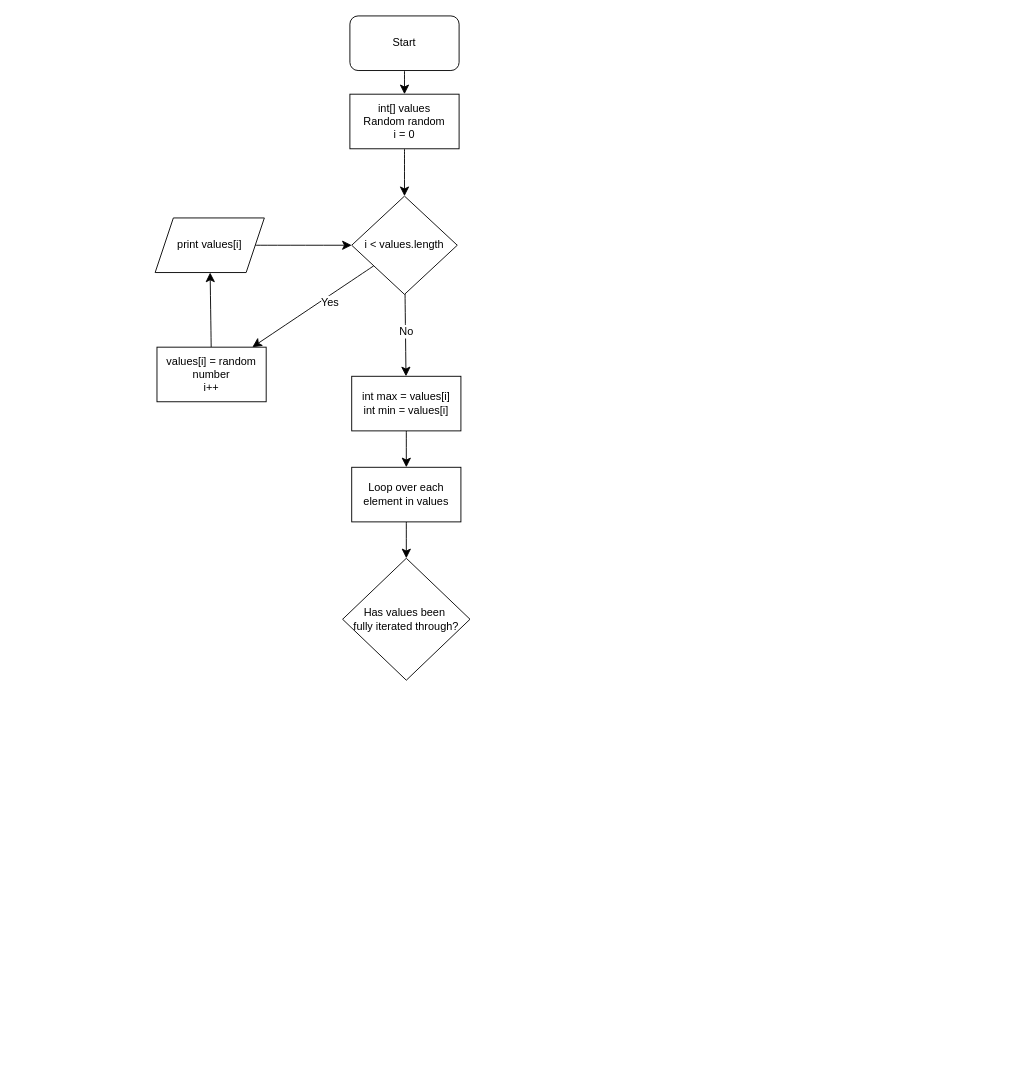
Above: diagrams/ArrayConsolidation.drawio in twitocode/Draw.io-Diagrams (draw.io), before the change. Source tidied: cells renumbered, new cells numbered last; positions are measured from the earlier drawing's top-left corner, leaving out a move shared by most shapes. Both pictures are drawn from the tidied source at 91%, with x=0, y=0 at pixel (155, 15).
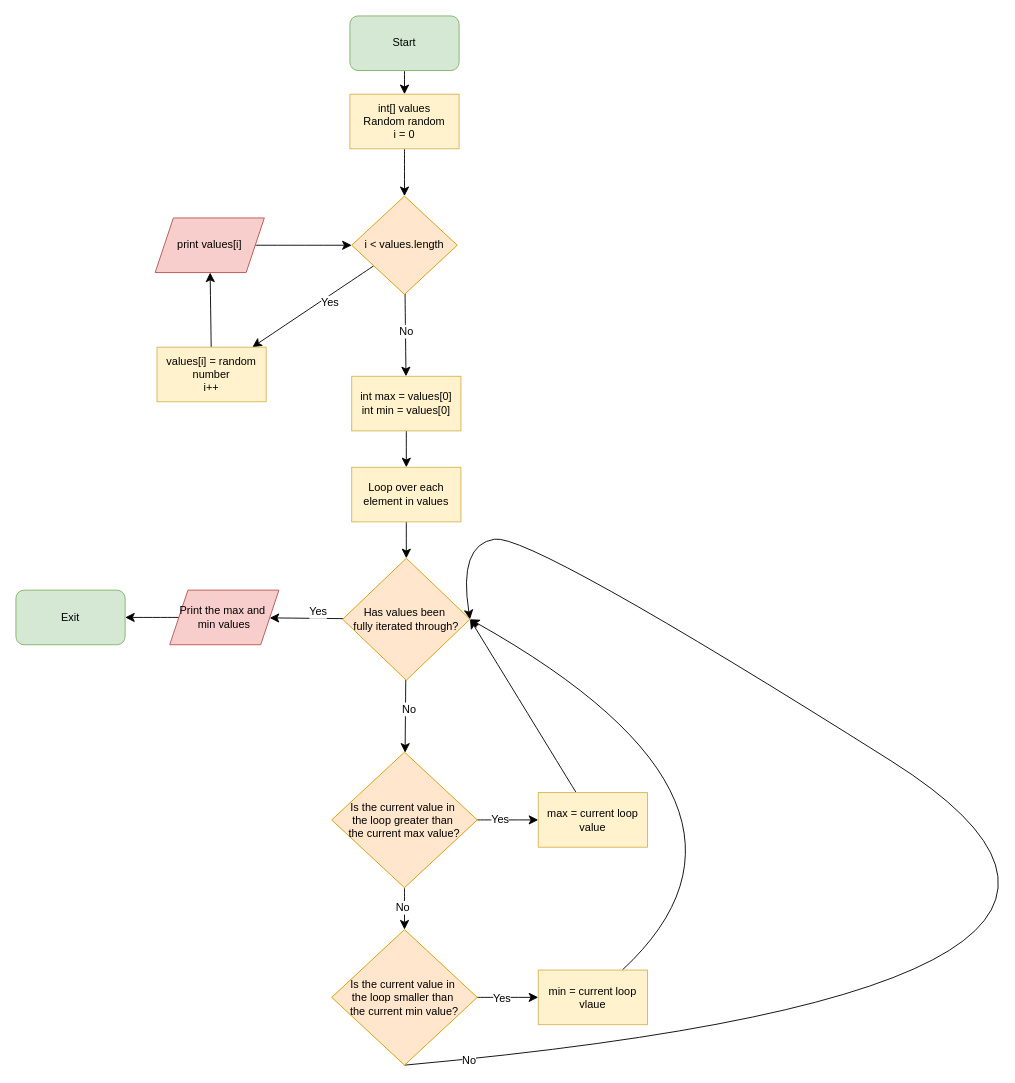
After the change.

The edit, as a diff of the source:
```diff
@@
-    <mxCell id="3" value="Start" style="rounded=1;whiteSpace=wrap;html=1;" parent="1" vertex="1">
+    <mxCell id="3" value="Start" style="rounded=1;whiteSpace=wrap;html=1;fillColor=#d5e8d4;strokeColor=#82b366;" parent="1" vertex="1">
       <mxGeometry x="214" width="120" height="60" as="geometry" />
     </mxCell>
@@
-    <mxCell id="5" value="int[] values&lt;div&gt;Random random&lt;/div&gt;&lt;div&gt;i = 0&lt;/div&gt;" style="rounded=0;whiteSpace=wrap;html=1;" parent="1" vertex="1">
+    <mxCell id="5" value="int[] values&lt;div&gt;Random random&lt;/div&gt;&lt;div&gt;i = 0&lt;/div&gt;" style="rounded=0;whiteSpace=wrap;html=1;fillColor=#fff2cc;strokeColor=#d6b656;" parent="1" vertex="1">
       <mxGeometry x="214" y="86" width="120" height="60" as="geometry" />
     </mxCell>
@@
-    <mxCell id="10" value="i &amp;lt; values.length" style="rhombus;whiteSpace=wrap;html=1;rounded=0;" parent="1" vertex="1">
+    <mxCell id="10" value="i &amp;lt; values.length" style="rhombus;whiteSpace=wrap;html=1;rounded=0;fillColor=#ffe6cc;strokeColor=#d79b00;" parent="1" vertex="1">
       <mxGeometry x="216" y="198" width="116" height="108" as="geometry" />
     </mxCell>
@@
-    <mxCell id="12" value="values[i] = random number&lt;div&gt;i++&lt;/div&gt;" style="whiteSpace=wrap;html=1;rounded=0;" parent="1" vertex="1">
+    <mxCell id="12" value="values[i] = random number&lt;div&gt;i++&lt;/div&gt;" style="whiteSpace=wrap;html=1;rounded=0;fillColor=#fff2cc;strokeColor=#d6b656;" parent="1" vertex="1">
       <mxGeometry x="2" y="364" width="120" height="60" as="geometry" />
     </mxCell>
@@
-    <mxCell id="14" value="print values[i]" style="shape=parallelogram;perimeter=parallelogramPerimeter;whiteSpace=wrap;html=1;fixedSize=1;rounded=0;" parent="1" vertex="1">
+    <mxCell id="14" value="print values[i]" style="shape=parallelogram;perimeter=parallelogramPerimeter;whiteSpace=wrap;html=1;fixedSize=1;rounded=0;fillColor=#f8cecc;strokeColor=#b85450;" parent="1" vertex="1">
       <mxGeometry y="222" width="120" height="60" as="geometry" />
     </mxCell>
@@
-    <mxCell id="16" value="int max = values[i]&lt;div&gt;int min = values[i]&lt;/div&gt;" style="whiteSpace=wrap;html=1;rounded=0;" parent="1" vertex="1">
+    <mxCell id="16" value="int max = values[0]&lt;div&gt;int min = values[0]&lt;/div&gt;" style="whiteSpace=wrap;html=1;rounded=0;fillColor=#fff2cc;strokeColor=#d6b656;" parent="1" vertex="1">
       <mxGeometry x="216" y="396" width="120" height="60" as="geometry" />
     </mxCell>
@@
-    <mxCell id="18" value="Loop over each element in values" style="rounded=0;whiteSpace=wrap;html=1;" parent="1" vertex="1">
+    <mxCell id="18" value="Loop over each element in values" style="rounded=0;whiteSpace=wrap;html=1;fillColor=#fff2cc;strokeColor=#d6b656;" parent="1" vertex="1">
       <mxGeometry x="216" y="496" width="120" height="60" as="geometry" />
     </mxCell>
+    <mxCell id="20" style="edgeStyle=none;curved=1;rounded=0;jettySize=auto;html=1;fontSize=12;startSize=8;endSize=8;" parent="1" edge="1" source="19" target="25">
+      <mxGeometry relative="1" as="geometry" />
+    </mxCell>
+    <mxCell id="21" value="Yes" style="edgeLabel;html=1;align=center;verticalAlign=middle;fontSize=12;" parent="20" vertex="1">
+      <mxGeometry x="-0.3" y="-8" relative="1" as="geometry" />
+    </mxCell>
+    <mxCell id="22" style="edgeStyle=none;curved=1;rounded=0;jettySize=auto;html=1;fontSize=12;startSize=8;endSize=8;" parent="1" edge="1" source="19" target="30">
+      <mxGeometry relative="1" as="geometry" />
+    </mxCell>
+    <mxCell id="23" value="No" style="edgeLabel;html=1;align=center;verticalAlign=middle;fontSize=12;" parent="22" vertex="1">
+      <mxGeometry x="-0.19" y="3" relative="1" as="geometry" />
+    </mxCell>
-    <mxCell id="19" value="Has values been&amp;nbsp;&lt;div&gt;fully iterated through?&lt;/div&gt;" style="rhombus;whiteSpace=wrap;html=1;rounded=0;" parent="1" vertex="1">
+    <mxCell id="19" value="Has values been&amp;nbsp;&lt;div&gt;fully iterated through?&lt;/div&gt;" style="rhombus;whiteSpace=wrap;html=1;rounded=0;fillColor=#ffe6cc;strokeColor=#d79b00;" parent="1" vertex="1">
       <mxGeometry x="206" y="596" width="140" height="134" as="geometry" />
     </mxCell>
+    <mxCell id="24" style="edgeStyle=none;curved=1;rounded=0;jettySize=auto;html=1;fontSize=12;startSize=8;endSize=8;" parent="1" edge="1" source="25" target="40">
+      <mxGeometry relative="1" as="geometry" />
+    </mxCell>
+    <mxCell id="25" value="Print the max and&amp;nbsp;&lt;div&gt;min values&lt;/div&gt;" style="shape=parallelogram;perimeter=parallelogramPerimeter;whiteSpace=wrap;html=1;fixedSize=1;rounded=0;fillColor=#f8cecc;strokeColor=#b85450;" parent="1" vertex="1">
+      <mxGeometry x="16" y="631" width="120" height="60" as="geometry" />
+    </mxCell>
+    <mxCell id="26" style="edgeStyle=none;curved=1;rounded=0;jettySize=auto;html=1;fontSize=12;startSize=8;endSize=8;" parent="1" edge="1" source="30" target="35">
+      <mxGeometry relative="1" as="geometry" />
+    </mxCell>
+    <mxCell id="27" value="No" style="edgeLabel;html=1;align=center;verticalAlign=middle;fontSize=12;" parent="26" vertex="1">
+      <mxGeometry x="-0.09" y="-3" relative="1" as="geometry" />
+    </mxCell>
+    <mxCell id="28" style="edgeStyle=none;curved=1;rounded=0;jettySize=auto;html=1;fontSize=12;startSize=8;endSize=8;" parent="1" edge="1" source="30" target="37">
+      <mxGeometry relative="1" as="geometry" />
+    </mxCell>
+    <mxCell id="29" value="Yes" style="edgeLabel;html=1;align=center;verticalAlign=middle;fontSize=12;" parent="28" vertex="1">
+      <mxGeometry x="-0.27" y="2" relative="1" as="geometry">
+        <mxPoint y="1" as="offset" />
+      </mxGeometry>
+    </mxCell>
+    <mxCell id="30" value="Is the current value in&amp;nbsp;&lt;div&gt;the loop greater than&amp;nbsp;&lt;/div&gt;&lt;div&gt;the current max value?&lt;/div&gt;" style="rhombus;whiteSpace=wrap;html=1;rounded=0;fillColor=#ffe6cc;strokeColor=#d79b00;" parent="1" vertex="1">
+      <mxGeometry x="194" y="809" width="160" height="149" as="geometry" />
+    </mxCell>
+    <mxCell id="31" style="edgeStyle=none;curved=1;rounded=0;jettySize=auto;html=1;fontSize=12;startSize=8;endSize=8;" parent="1" edge="1" source="35" target="39">
+      <mxGeometry relative="1" as="geometry" />
+    </mxCell>
+    <mxCell id="32" value="Yes" style="edgeLabel;html=1;align=center;verticalAlign=middle;fontSize=12;" parent="31" vertex="1">
+      <mxGeometry x="-0.21" y="-1" relative="1" as="geometry" />
+    </mxCell>
+    <mxCell id="33" style="edgeStyle=none;curved=1;rounded=0;jettySize=auto;html=1;exitX=0.5;exitY=1;exitDx=0;exitDy=0;entryX=1;entryY=0.5;entryDx=0;entryDy=0;fontSize=12;startSize=8;endSize=8;" parent="1" edge="1" source="35" target="19">
+      <mxGeometry relative="1" as="geometry">
+        <Array as="points">
+          <mxPoint x="1204" y="1068" />
+          <mxPoint x="413" y="569" />
+          <mxPoint x="333" y="581" />
+        </Array>
+      </mxGeometry>
+    </mxCell>
+    <mxCell id="34" value="No" style="edgeLabel;html=1;align=center;verticalAlign=middle;fontSize=12;" parent="33" vertex="1">
+      <mxGeometry x="-0.93" y="-1" relative="1" as="geometry" />
+    </mxCell>
+    <mxCell id="35" value="Is the current value in&amp;nbsp;&lt;div&gt;the loop smaller than&amp;nbsp;&lt;/div&gt;&lt;div&gt;the current min value?&lt;/div&gt;" style="rhombus;whiteSpace=wrap;html=1;rounded=0;fillColor=#ffe6cc;strokeColor=#d79b00;" parent="1" vertex="1">
+      <mxGeometry x="194" y="1004" width="160" height="149" as="geometry" />
+    </mxCell>
+    <mxCell id="36" style="edgeStyle=none;curved=1;rounded=0;jettySize=auto;html=1;entryX=1;entryY=0.5;entryDx=0;entryDy=0;fontSize=12;startSize=8;endSize=8;" parent="1" edge="1" source="37" target="19">
+      <mxGeometry relative="1" as="geometry" />
+    </mxCell>
+    <mxCell id="37" value="max = current loop value" style="whiteSpace=wrap;html=1;rounded=0;fillColor=#fff2cc;strokeColor=#d6b656;" parent="1" vertex="1">
+      <mxGeometry x="421" y="853.5" width="120" height="60" as="geometry" />
+    </mxCell>
+    <mxCell id="38" style="edgeStyle=none;curved=1;rounded=0;jettySize=auto;html=1;entryX=1;entryY=0.5;entryDx=0;entryDy=0;fontSize=12;startSize=8;endSize=8;" parent="1" edge="1" source="39" target="19">
+      <mxGeometry relative="1" as="geometry">
+        <Array as="points">
+          <mxPoint x="709" y="867" />
+        </Array>
+      </mxGeometry>
+    </mxCell>
+    <mxCell id="39" value="min = current loop vlaue" style="whiteSpace=wrap;html=1;rounded=0;fillColor=#fff2cc;strokeColor=#d6b656;" parent="1" vertex="1">
+      <mxGeometry x="421" y="1048.5" width="120" height="60" as="geometry" />
+    </mxCell>
+    <mxCell id="40" value="Exit" style="rounded=1;whiteSpace=wrap;html=1;fillColor=#d5e8d4;strokeColor=#82b366;" parent="1" vertex="1">
+      <mxGeometry x="-153" y="631" width="120" height="60" as="geometry" />
+    </mxCell>
```
